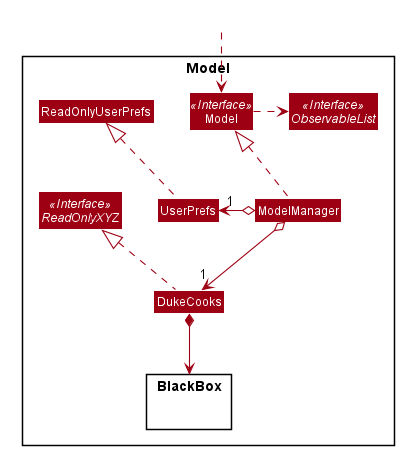
The PlantUML diagram docs/images/ModelClassDiagram.png in zenatrick/main, before a commit. The source it was exported from:
```plantuml
@startuml









skinparam BackgroundColor #FFFFFFF

skinparam Shadowing false

skinparam Class {
    FontColor #FFFFFF
    BorderThickness 1
    BorderColor #FFFFFF
    StereotypeFontColor #FFFFFF
    FontName Arial
}

skinparam Actor {
    BorderColor #000000
    Color #000000
    FontName Arial
}

skinparam Sequence {
    MessageAlign center
    BoxFontSize 15
    BoxPadding 0
    BoxFontColor #FFFFFF
    FontName Arial
}

skinparam Participant {
    FontColor #FFFFFFF
    Padding 20
}

skinparam MinClassWidth 50
skinparam ParticipantPadding 10
skinparam Shadowing false
skinparam DefaultTextAlignment center
skinparam packageStyle Rectangle

hide footbox
hide members
hide circle
skinparam arrowThickness 1.1
skinparam arrowColor #9D0012
skinparam classBackgroundColor #9D0012

Package Model <<Rectangle>> {
Interface ReadOnlyXYZ <<Interface>>
Interface Model <<Interface>>
Interface ObservableList <<Interface>>
Class DukeCooks
Class Model
Class ModelManager
Class UserPrefs
Class ReadOnlyUserPrefs

Package BlackBox {
}

}


Class HiddenOutside #FFFFFF
HiddenOutside ..> Model

DukeCooks .up.|> ReadOnlyXYZ

ModelManager .up.|> Model
Model .right.> ObservableList
ModelManager o--> "1" DukeCooks
ModelManager o-left-> "1" UserPrefs
UserPrefs .up.|> ReadOnlyUserPrefs

DukeCooks *--> BlackBox
@enduml
```
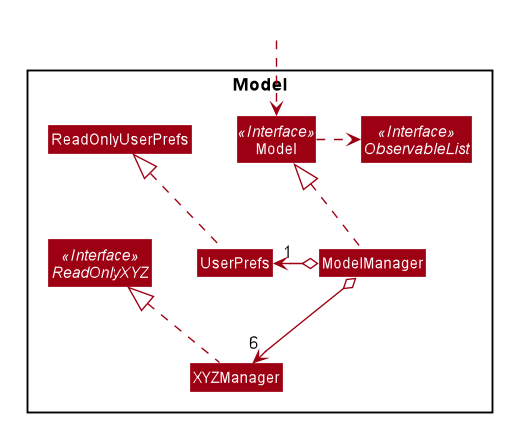
The same file after the commit.

Commit message:
Change DG model diagram

Diff of the diagram source:
```diff
@@ -56,14 +56,11 @@
 Interface ReadOnlyXYZ <<Interface>>
 Interface Model <<Interface>>
 Interface ObservableList <<Interface>>
-Class DukeCooks
+Class XYZManager
 Class Model
 Class ModelManager
 Class UserPrefs
 Class ReadOnlyUserPrefs
-
-Package BlackBox {
-}
 
 }
 
@@ -71,13 +68,12 @@
 Class HiddenOutside #FFFFFF
 HiddenOutside ..> Model
 
-DukeCooks .up.|> ReadOnlyXYZ
+XYZManager .up.|> ReadOnlyXYZ
 
 ModelManager .up.|> Model
 Model .right.> ObservableList
-ModelManager o--> "1" DukeCooks
+ModelManager o--> "6" XYZManager
 ModelManager o-left-> "1" UserPrefs
 UserPrefs .up.|> ReadOnlyUserPrefs
 
-DukeCooks *--> BlackBox
 @enduml
```
